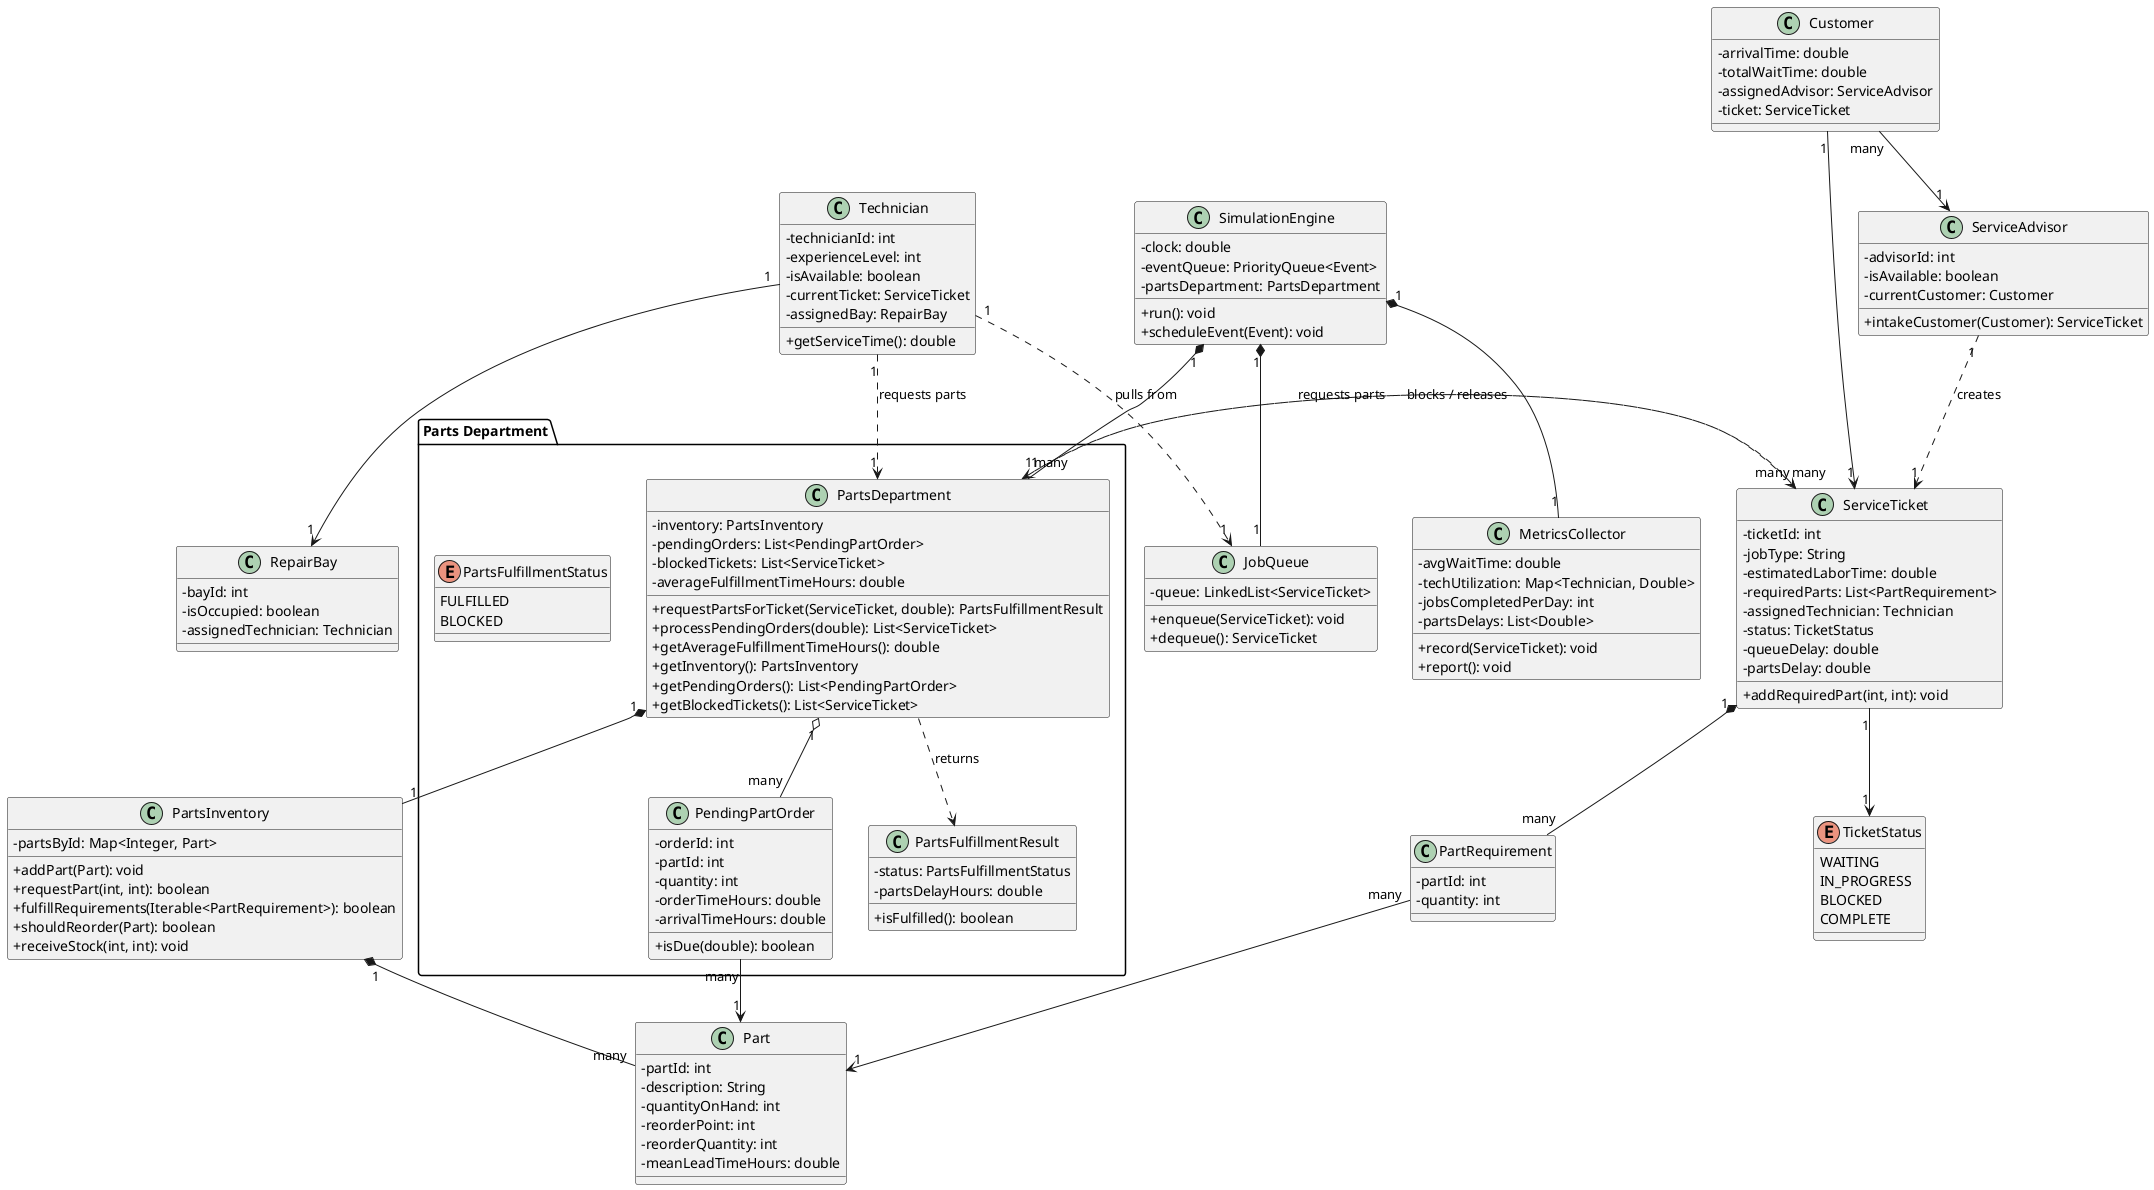
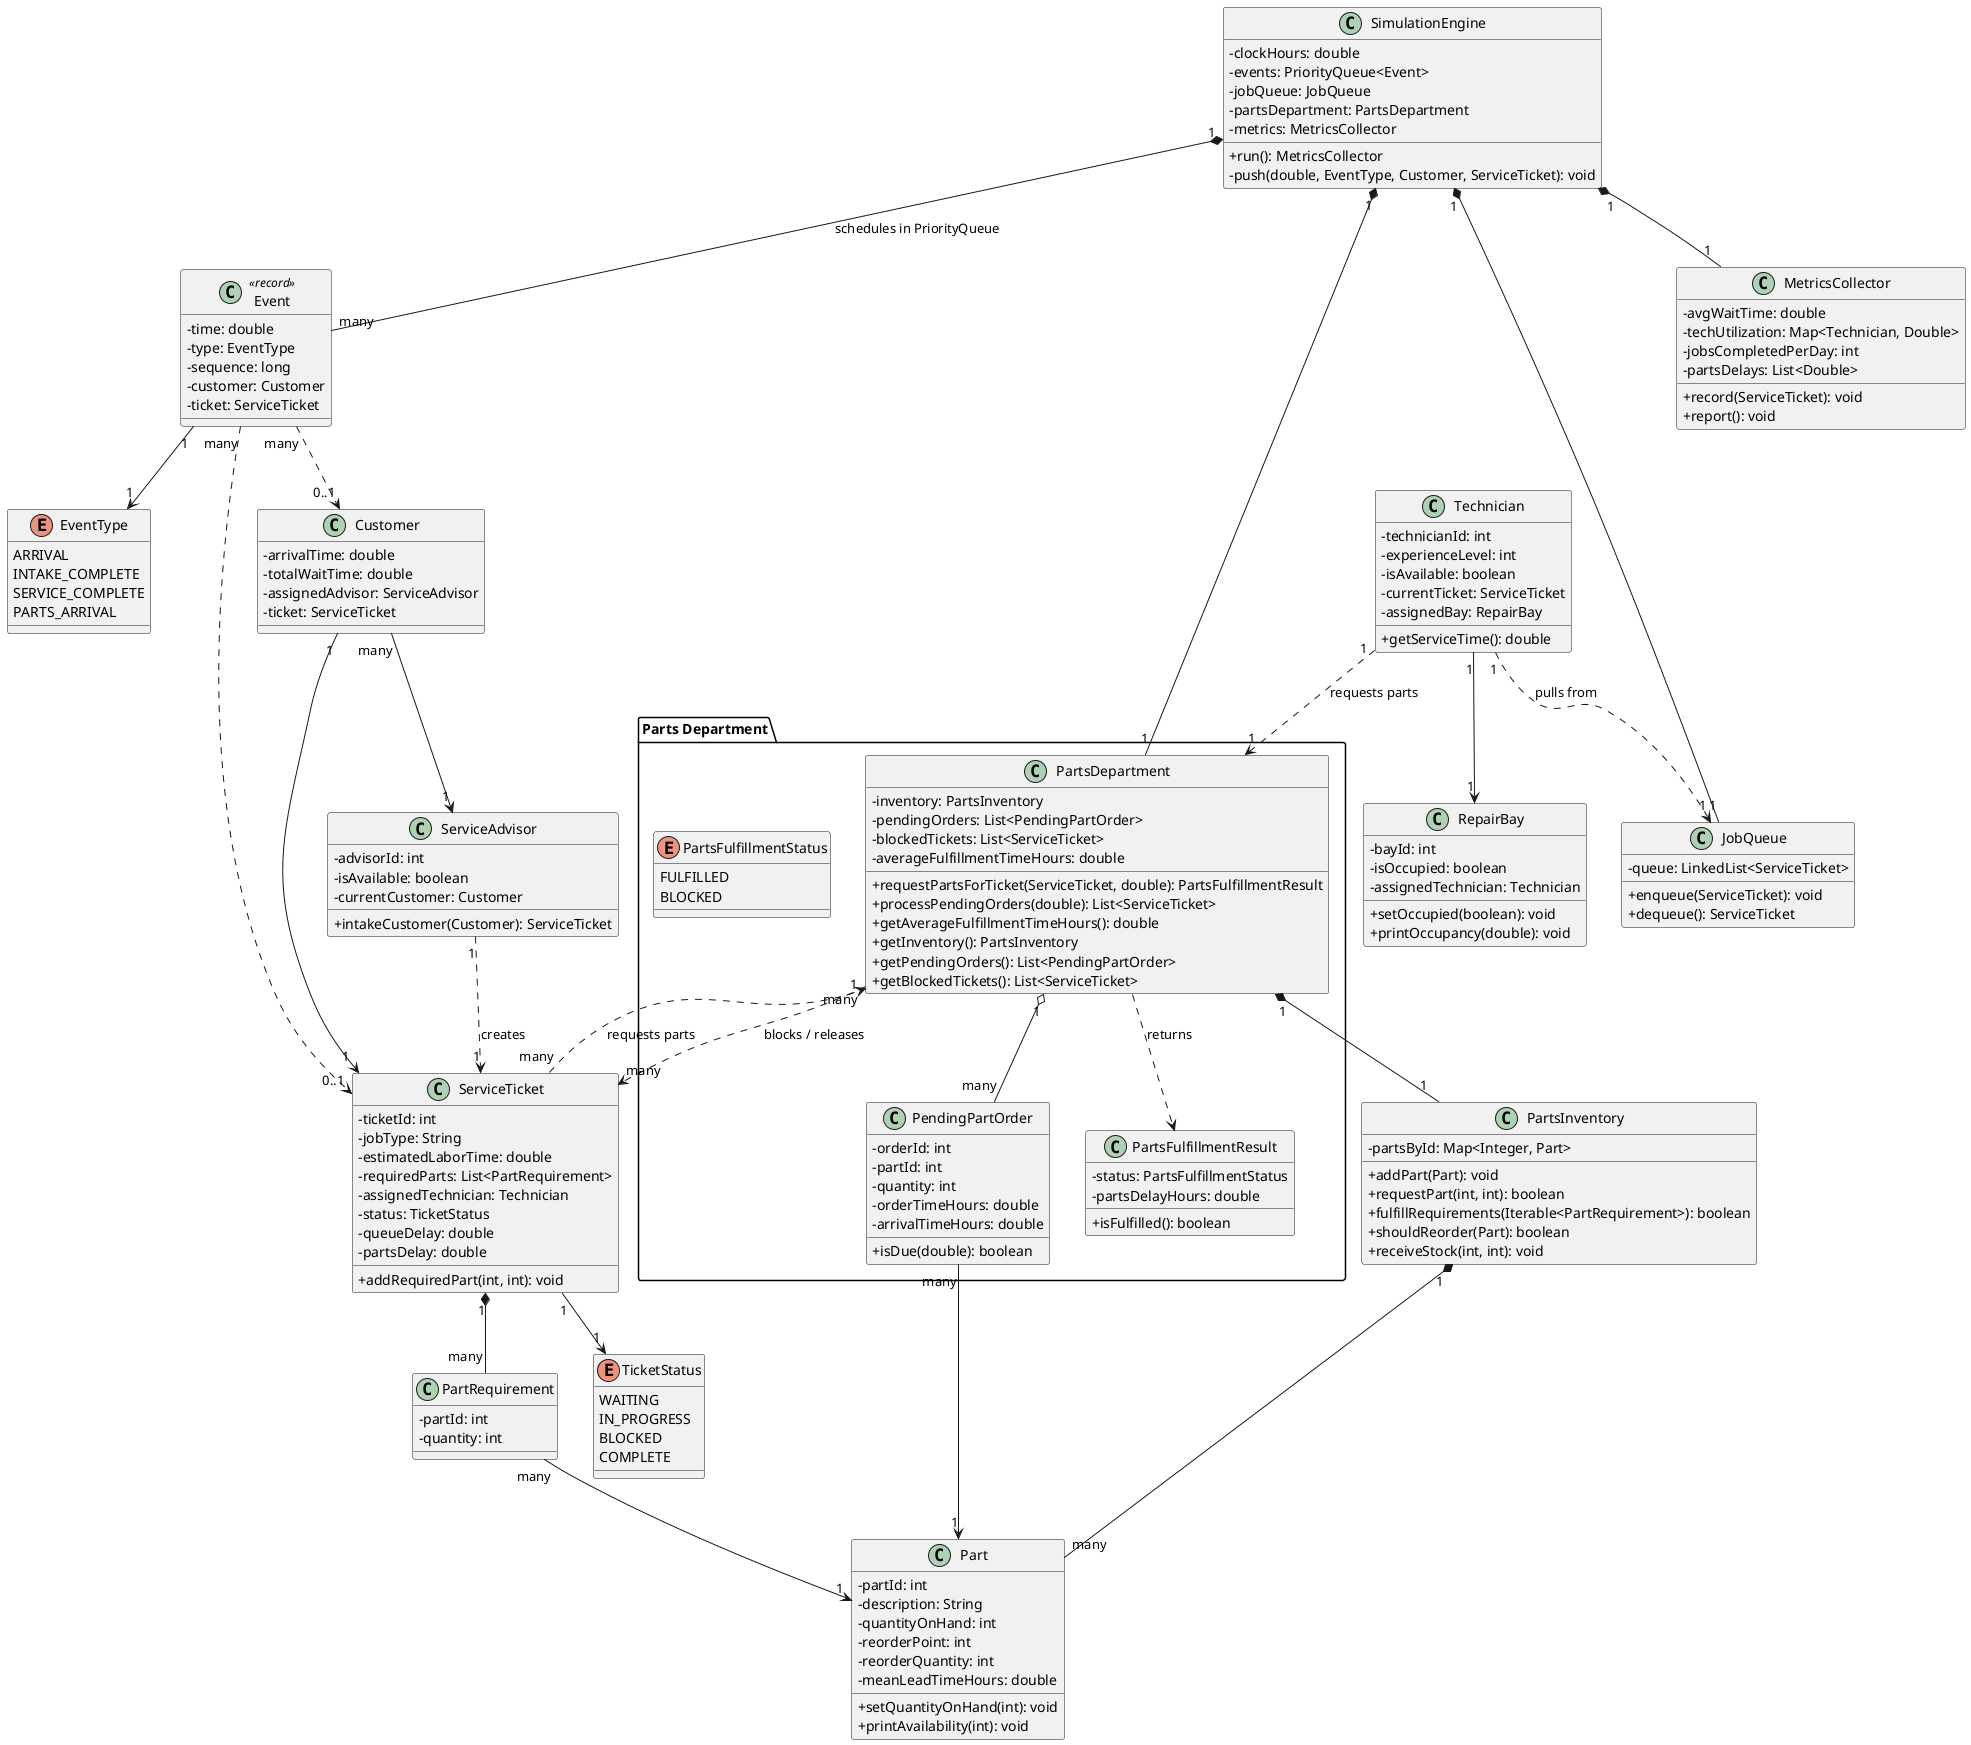
@startuml ClassDiagram

skinparam classAttributeIconSize 0

class SimulationEngine {
-     - clock: double
-     - eventQueue: PriorityQueue<Event>
+     - clockHours: double
+     - events: PriorityQueue<Event>
+     - jobQueue: JobQueue
    - partsDepartment: PartsDepartment
-     + run(): void
-     + scheduleEvent(Event): void
+     - metrics: MetricsCollector
+     + run(): MetricsCollector
+     - push(double, EventType, Customer, ServiceTicket): void
+ }
+ 
+ ' Discrete-event model: ordered by (time, sequence) in the engine's PriorityQueue
+ class Event <<record>> {
+     - time: double
+     - type: EventType
+     - sequence: long
+     - customer: Customer
+     - ticket: ServiceTicket
+ }
+ 
+ enum EventType {
+     ARRIVAL
+     INTAKE_COMPLETE
+     SERVICE_COMPLETE
+     PARTS_ARRIVAL
}

class Customer {
    - arrivalTime: double
    - totalWaitTime: double
    - assignedAdvisor: ServiceAdvisor
    - ticket: ServiceTicket
}

class ServiceAdvisor {
    - advisorId: int
    - isAvailable: boolean
    - currentCustomer: Customer
    + intakeCustomer(Customer): ServiceTicket
}

class ServiceTicket {
    - ticketId: int
    - jobType: String
    - estimatedLaborTime: double
    - requiredParts: List<PartRequirement>
    - assignedTechnician: Technician
    - status: TicketStatus
    - queueDelay: double
    - partsDelay: double
    + addRequiredPart(int, int): void
}

class PartRequirement {
    - partId: int
    - quantity: int
}

enum TicketStatus {
    WAITING
    IN_PROGRESS
    BLOCKED
    COMPLETE
}

class Technician {
    - technicianId: int
    - experienceLevel: int
    - isAvailable: boolean
    - currentTicket: ServiceTicket
    - assignedBay: RepairBay
    + getServiceTime(): double
}

class RepairBay {
    - bayId: int
    - isOccupied: boolean
    - assignedTechnician: Technician
+     + setOccupied(boolean): void
+     + printOccupancy(double): void
}

class JobQueue {
    - queue: LinkedList<ServiceTicket>
    + enqueue(ServiceTicket): void
    + dequeue(): ServiceTicket
}

class MetricsCollector {
    - avgWaitTime: double
    - techUtilization: Map<Technician, Double>
    - jobsCompletedPerDay: int
    - partsDelays: List<Double>
    + record(ServiceTicket): void
    + report(): void
}

class PartsInventory {
    - partsById: Map<Integer, Part>
    + addPart(Part): void
    + requestPart(int, int): boolean
    + fulfillRequirements(Iterable<PartRequirement>): boolean
    + shouldReorder(Part): boolean
    + receiveStock(int, int): void
}

class Part {
    - partId: int
    - description: String
    - quantityOnHand: int
    - reorderPoint: int
    - reorderQuantity: int
    - meanLeadTimeHours: double
+     + setQuantityOnHand(int): void
+     + printAvailability(int): void
}

package "Parts Department" {
    class PartsDepartment {
        - inventory: PartsInventory
        - pendingOrders: List<PendingPartOrder>
        - blockedTickets: List<ServiceTicket>
        - averageFulfillmentTimeHours: double
        + requestPartsForTicket(ServiceTicket, double): PartsFulfillmentResult
        + processPendingOrders(double): List<ServiceTicket>
        + getAverageFulfillmentTimeHours(): double
        + getInventory(): PartsInventory
        + getPendingOrders(): List<PendingPartOrder>
        + getBlockedTickets(): List<ServiceTicket>
    }

    class PendingPartOrder {
        - orderId: int
        - partId: int
        - quantity: int
        - orderTimeHours: double
        - arrivalTimeHours: double
        + isDue(double): boolean
    }

    class PartsFulfillmentResult {
        - status: PartsFulfillmentStatus
        - partsDelayHours: double
        + isFulfilled(): boolean
    }

    enum PartsFulfillmentStatus {
        FULFILLED
        BLOCKED
    }
}

+ SimulationEngine "1" *-- "many" Event : schedules in PriorityQueue
SimulationEngine "1" *-- "1" JobQueue
SimulationEngine "1" *-- "1" MetricsCollector
SimulationEngine "1" *-- "1" PartsDepartment
+ 
+ Event "1" --> "1" EventType
+ Event "many" ..> "0..1" Customer
+ Event "many" ..> "0..1" ServiceTicket

PartsDepartment "1" *-- "1" PartsInventory
PartsDepartment "1" o-- "many" PendingPartOrder
PartsDepartment "many" ..> "many" ServiceTicket : blocks / releases
PartsDepartment ..> PartsFulfillmentResult : returns

Customer "1" --> "1" ServiceTicket
Customer "many" --> "1" ServiceAdvisor
ServiceAdvisor "1" ..> "1" ServiceTicket : creates
ServiceTicket "1" *-- "many" PartRequirement
ServiceTicket "1" --> "1" TicketStatus
ServiceTicket "many" ..> "1" PartsDepartment : requests parts

PartRequirement "many" --> "1" Part
Technician "1" --> "1" RepairBay
Technician "1" ..> "1" JobQueue : pulls from
Technician "1" ..> "1" PartsDepartment : requests parts

PartsInventory "1" *-- "many" Part
PendingPartOrder "many" --> "1" Part

@enduml
